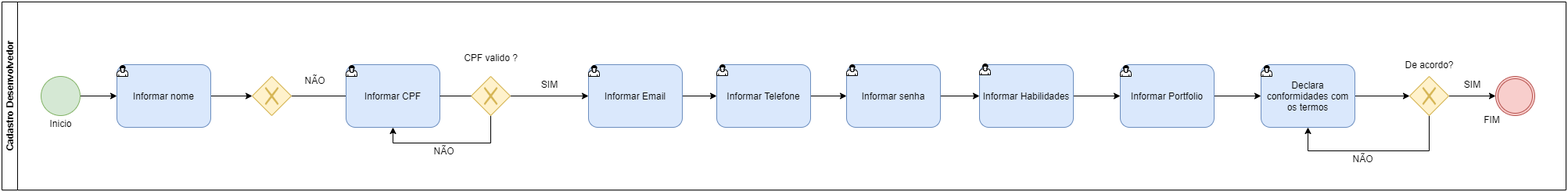
Above: documentacao/imagens/process02.png in ICEI-PUC-Minas-PPLES-TI/plf-es-2021-1-ti2-0940100-DevTask (draw.io), before the change. Source tidied: cells renumbered, new cells last; positions are measured from the earlier drawing's top-left corner, leaving out a move shared by most shapes.
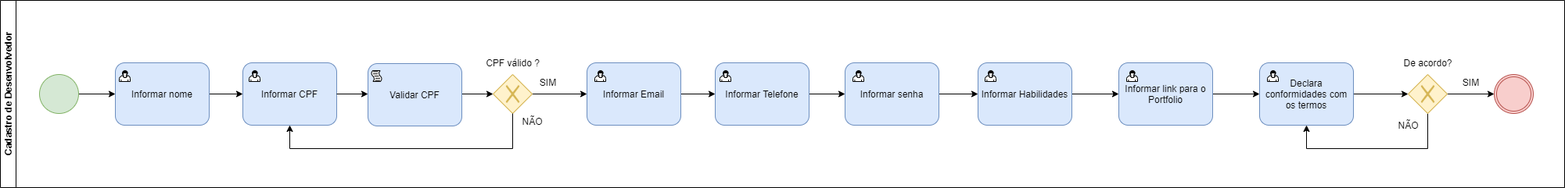
After the change.

Commit message:
att processo 02

What changed in the source:
```diff
@@ -2,38 +2,21 @@
   <root>
     <mxCell id="0" />
     <mxCell id="1" parent="0" />
-    <mxCell id="2" style="edgeStyle=orthogonalEdgeStyle;rounded=0;jettySize=auto;html=1;entryX=0;entryY=0.5;entryDx=0;entryDy=0;" parent="1" edge="1" source="3" target="8">
+    <mxCell id="2" style="edgeStyle=orthogonalEdgeStyle;rounded=0;jettySize=auto;html=1;" parent="1" edge="1" source="3" target="11">
       <mxGeometry relative="1" as="geometry" />
     </mxCell>
     <mxCell id="3" value="Informar nome" style="shape=ext;rounded=1;html=1;whiteSpace=wrap;fillColor=#dae8fc;strokeColor=#6c8ebf;" parent="1" vertex="1">
       <mxGeometry x="147" y="80" width="120" height="80" as="geometry" />
     </mxCell>
-    <mxCell id="4" style="shape=mxgraph.bpmn.user_task;html=1;" parent="1" vertex="1">
-      <mxGeometry x="147" y="81" width="14" height="14" as="geometry" />
-    </mxCell>
     <mxCell id="5" style="edgeStyle=orthogonalEdgeStyle;rounded=0;jettySize=auto;html=1;entryX=0;entryY=0.5;entryDx=0;entryDy=0;" parent="1" edge="1" source="6" target="3">
       <mxGeometry relative="1" as="geometry" />
     </mxCell>
     <mxCell id="6" style="shape=mxgraph.bpmn.shape;html=1;verticalLabelPosition=bottom;labelBackgroundColor=#ffffff;verticalAlign=top;align=center;perimeter=ellipsePerimeter;outlineConnect=0;outline=standard;symbol=general;fillColor=#d5e8d4;strokeColor=#82b366;" parent="1" vertex="1">
       <mxGeometry x="50" y="95" width="50" height="50" as="geometry" />
     </mxCell>
-    <mxCell id="7" style="edgeStyle=orthogonalEdgeStyle;rounded=0;jettySize=auto;html=1;" parent="1" edge="1" source="8">
-      <mxGeometry relative="1" as="geometry">
-        <mxPoint x="550" y="120" as="targetPoint" />
-      </mxGeometry>
-    </mxCell>
-    <mxCell id="8" style="shape=mxgraph.bpmn.shape;html=1;verticalLabelPosition=bottom;labelBackgroundColor=#ffffff;verticalAlign=top;align=center;perimeter=rhombusPerimeter;background=gateway;outlineConnect=0;outline=none;symbol=exclusiveGw;fillColor=#fff2cc;strokeColor=#d6b656;" parent="1" vertex="1">
-      <mxGeometry x="320" y="95" width="50" height="50" as="geometry" />
-    </mxCell>
-    <mxCell id="9" value="NÃO" style="text;html=1;align=center;verticalAlign=middle;strokeColor=none;" parent="1" vertex="1">
-      <mxGeometry x="380" y="90" width="40" height="20" as="geometry" />
-    </mxCell>
     <mxCell id="10" style="edgeStyle=orthogonalEdgeStyle;rounded=0;jettySize=auto;html=1;startArrow=none;entryX=0;entryY=0.5;entryDx=0;entryDy=0;" parent="1" edge="1" source="37" target="13">
       <mxGeometry relative="1" as="geometry" />
     </mxCell>
-    <mxCell id="11" value="Informar CPF" style="shape=ext;rounded=1;html=1;whiteSpace=wrap;fillColor=#dae8fc;strokeColor=#6c8ebf;" parent="1" vertex="1">
-      <mxGeometry x="440" y="80" width="120" height="80" as="geometry" />
-    </mxCell>
     <mxCell id="12" style="edgeStyle=orthogonalEdgeStyle;rounded=0;jettySize=auto;html=1;entryX=0;entryY=0.5;entryDx=0;entryDy=0;" parent="1" edge="1" source="13" target="15">
       <mxGeometry relative="1" as="geometry" />
     </mxCell>
@@ -46,15 +29,9 @@
     <mxCell id="15" value="Informar Telefone" style="shape=ext;rounded=1;html=1;whiteSpace=wrap;fillColor=#dae8fc;strokeColor=#6c8ebf;" parent="1" vertex="1">
       <mxGeometry x="914" y="80" width="120" height="80" as="geometry" />
     </mxCell>
-    <mxCell id="16" value="CPF valido ?" style="text;html=1;align=center;verticalAlign=middle;strokeColor=none;" parent="1" vertex="1">
-      <mxGeometry x="585" y="61" width="80" height="20" as="geometry" />
-    </mxCell>
     <mxCell id="17" value="SIM" style="text;html=1;align=center;verticalAlign=middle;strokeColor=none;" parent="1" vertex="1">
       <mxGeometry x="680" y="95" width="40" height="20" as="geometry" />
     </mxCell>
-    <mxCell id="18" value="NÃO" style="text;html=1;align=center;verticalAlign=middle;strokeColor=none;" parent="1" vertex="1">
-      <mxGeometry x="545" y="180" width="40" height="20" as="geometry" />
-    </mxCell>
     <mxCell id="19" style="edgeStyle=orthogonalEdgeStyle;rounded=0;jettySize=auto;html=1;" parent="1" edge="1" source="20" target="40">
       <mxGeometry relative="1" as="geometry" />
     </mxCell>
@@ -64,7 +41,7 @@
     <mxCell id="21" style="edgeStyle=orthogonalEdgeStyle;rounded=0;jettySize=auto;html=1;entryX=0;entryY=0.5;entryDx=0;entryDy=0;" parent="1" edge="1" source="22" target="43">
       <mxGeometry relative="1" as="geometry" />
     </mxCell>
-    <mxCell id="22" value="Informar Portfolio" style="shape=ext;rounded=1;html=1;whiteSpace=wrap;fillColor=#dae8fc;strokeColor=#6c8ebf;" parent="1" vertex="1">
+    <mxCell id="22" value="Informar link para o Portfolio" style="shape=ext;rounded=1;html=1;whiteSpace=wrap;fillColor=#dae8fc;strokeColor=#6c8ebf;" parent="1" vertex="1">
       <mxGeometry x="1430" y="80" width="120" height="80" as="geometry" />
     </mxCell>
     <mxCell id="23" style="edgeStyle=orthogonalEdgeStyle;rounded=0;jettySize=auto;html=1;entryX=0.5;entryY=1;entryDx=0;entryDy=0;" parent="1" edge="1" source="25" target="43">
@@ -81,50 +58,21 @@
     <mxCell id="25" style="shape=mxgraph.bpmn.shape;html=1;verticalLabelPosition=bottom;labelBackgroundColor=#ffffff;verticalAlign=top;align=center;perimeter=rhombusPerimeter;background=gateway;outlineConnect=0;outline=none;symbol=exclusiveGw;fillColor=#fff2cc;strokeColor=#d6b656;" parent="1" vertex="1">
       <mxGeometry x="1800" y="95" width="50" height="50" as="geometry" />
     </mxCell>
-    <mxCell id="26" value="NÃO" style="text;html=1;align=center;verticalAlign=middle;strokeColor=none;" parent="1" vertex="1">
-      <mxGeometry x="1720" y="190" width="40" height="20" as="geometry" />
-    </mxCell>
     <mxCell id="27" value="De acordo?" style="text;html=1;align=center;verticalAlign=middle;strokeColor=none;" parent="1" vertex="1">
       <mxGeometry x="1785" y="70" width="80" height="20" as="geometry" />
     </mxCell>
     <mxCell id="28" style="shape=mxgraph.bpmn.shape;html=1;verticalLabelPosition=bottom;labelBackgroundColor=#ffffff;verticalAlign=top;align=center;perimeter=ellipsePerimeter;outlineConnect=0;outline=throwing;symbol=general;fillColor=#f8cecc;strokeColor=#b85450;" parent="1" vertex="1">
       <mxGeometry x="1910" y="95" width="50" height="50" as="geometry" />
     </mxCell>
-    <mxCell id="29" value="FIM&lt;br&gt;" style="text;html=1;align=center;verticalAlign=middle;strokeColor=none;" parent="1" vertex="1">
-      <mxGeometry x="1885" y="140" width="40" height="20" as="geometry" />
-    </mxCell>
-    <mxCell id="30" style="shape=mxgraph.bpmn.user_task;html=1;" parent="1" vertex="1">
-      <mxGeometry x="440" y="81" width="14" height="14" as="geometry" />
-    </mxCell>
     <mxCell id="31" style="shape=mxgraph.bpmn.user_task;html=1;" parent="1" vertex="1">
-      <mxGeometry x="750" y="81" width="14" height="14" as="geometry" />
+      <mxGeometry x="760" y="90" width="14" height="14" as="geometry" />
     </mxCell>
     <mxCell id="32" style="shape=mxgraph.bpmn.user_task;html=1;" parent="1" vertex="1">
-      <mxGeometry x="914" y="80" width="14" height="14" as="geometry" />
+      <mxGeometry x="920" y="90" width="14" height="14" as="geometry" />
     </mxCell>
     <mxCell id="33" style="shape=mxgraph.bpmn.user_task;html=1;" parent="1" vertex="1">
-      <mxGeometry x="1080" y="80" width="14" height="14" as="geometry" />
+      <mxGeometry x="1090" y="90" width="14" height="14" as="geometry" />
     </mxCell>
-    <mxCell id="34" style="shape=mxgraph.bpmn.user_task;html=1;" parent="1" vertex="1">
-      <mxGeometry x="1430" y="81" width="14" height="14" as="geometry" />
-    </mxCell>
-    <mxCell id="35" value="Inicio" style="text;html=1;align=center;verticalAlign=middle;strokeColor=none;" parent="1" vertex="1">
-      <mxGeometry x="55" y="145" width="40" height="20" as="geometry" />
-    </mxCell>
-    <mxCell id="36" style="edgeStyle=orthogonalEdgeStyle;rounded=0;jettySize=auto;html=1;entryX=0.5;entryY=1;entryDx=0;entryDy=0;" parent="1" edge="1" source="37" target="11">
-      <mxGeometry relative="1" as="geometry">
-        <Array as="points">
-          <mxPoint x="625" y="180" />
-          <mxPoint x="500" y="180" />
-        </Array>
-      </mxGeometry>
-    </mxCell>
-    <mxCell id="37" style="shape=mxgraph.bpmn.shape;html=1;verticalLabelPosition=bottom;labelBackgroundColor=#ffffff;verticalAlign=top;align=center;perimeter=rhombusPerimeter;background=gateway;outlineConnect=0;outline=none;symbol=exclusiveGw;fillColor=#fff2cc;strokeColor=#d6b656;" parent="1" vertex="1">
-      <mxGeometry x="600" y="95" width="50" height="50" as="geometry" />
-    </mxCell>
-    <mxCell id="38" style="edgeStyle=orthogonalEdgeStyle;rounded=0;jettySize=auto;html=1;endArrow=none;" parent="1" edge="1" source="11" target="37">
-      <mxGeometry relative="1" as="geometry" />
-    </mxCell>
     <mxCell id="39" style="edgeStyle=orthogonalEdgeStyle;rounded=0;jettySize=auto;html=1;entryX=0;entryY=0.5;entryDx=0;entryDy=0;" parent="1" edge="1" source="40" target="22">
       <mxGeometry relative="1" as="geometry" />
     </mxCell>
@@ -132,7 +80,7 @@
       <mxGeometry x="1250" y="80" width="120" height="80" as="geometry" />
     </mxCell>
     <mxCell id="41" style="shape=mxgraph.bpmn.user_task;html=1;" parent="1" vertex="1">
-      <mxGeometry x="1250" y="79" width="14" height="14" as="geometry" />
+      <mxGeometry x="1259" y="90" width="14" height="14" as="geometry" />
     </mxCell>
     <mxCell id="42" style="edgeStyle=orthogonalEdgeStyle;rounded=0;jettySize=auto;html=1;entryX=0;entryY=0.5;entryDx=0;entryDy=0;" parent="1" edge="1" source="43" target="25">
       <mxGeometry relative="1" as="geometry" />
@@ -144,10 +92,64 @@
       <mxGeometry x="1860" y="95" width="40" height="20" as="geometry" />
     </mxCell>
     <mxCell id="45" style="shape=mxgraph.bpmn.user_task;html=1;" parent="1" vertex="1">
-      <mxGeometry x="1610" y="81" width="14" height="14" as="geometry" />
+      <mxGeometry x="1620" y="90" width="14" height="14" as="geometry" />
     </mxCell>
-    <mxCell id="46" value="Cadastro Desenvolvedor&lt;br&gt;" style="swimlane;html=1;horizontal=0;startSize=20;" parent="1" vertex="1">
+    <mxCell id="46" value="Cadastro de Desenvolvedor" style="swimlane;html=1;horizontal=0;startSize=20;" parent="1" vertex="1">
       <mxGeometry width="2000" height="240" as="geometry" />
     </mxCell>
+    <mxCell id="11" value="Informar CPF" style="shape=ext;rounded=1;html=1;whiteSpace=wrap;fillColor=#dae8fc;strokeColor=#6c8ebf;" parent="46" vertex="1">
+      <mxGeometry x="310" y="80" width="120" height="80" as="geometry" />
+    </mxCell>
+    <mxCell id="37" style="shape=mxgraph.bpmn.shape;html=1;verticalLabelPosition=bottom;labelBackgroundColor=#ffffff;verticalAlign=top;align=center;perimeter=rhombusPerimeter;background=gateway;outlineConnect=0;outline=none;symbol=exclusiveGw;fillColor=#fff2cc;strokeColor=#d6b656;" parent="46" vertex="1">
+      <mxGeometry x="630" y="95" width="50" height="50" as="geometry" />
+    </mxCell>
+    <mxCell id="36" style="edgeStyle=orthogonalEdgeStyle;rounded=0;jettySize=auto;html=1;entryX=0.5;entryY=1;entryDx=0;entryDy=0;" parent="46" edge="1" source="37" target="11">
+      <mxGeometry relative="1" as="geometry">
+        <Array as="points">
+          <mxPoint x="655" y="190" />
+          <mxPoint x="370" y="190" />
+        </Array>
+      </mxGeometry>
+    </mxCell>
+    <mxCell id="18" value="NÃO" style="text;html=1;align=center;verticalAlign=middle;strokeColor=none;" parent="46" vertex="1">
+      <mxGeometry x="660" y="145" width="40" height="20" as="geometry" />
+    </mxCell>
+    <mxCell id="47" style="edgeStyle=orthogonalEdgeStyle;rounded=0;jettySize=auto;html=1;exitX=1;exitY=0.5;exitDx=0;exitDy=0;" parent="46" edge="1" source="11" target="49">
+      <mxGeometry relative="1" as="geometry">
+        <Array as="points">
+          <mxPoint x="500" y="120" />
+          <mxPoint x="500" y="120" />
+        </Array>
+      </mxGeometry>
+    </mxCell>
+    <mxCell id="48" style="edgeStyle=orthogonalEdgeStyle;rounded=0;jettySize=auto;html=1;entryX=0;entryY=0.5;entryDx=0;entryDy=0;" parent="46" edge="1" source="49" target="37">
+      <mxGeometry relative="1" as="geometry">
+        <Array as="points">
+          <mxPoint x="620" y="120" />
+          <mxPoint x="620" y="120" />
+        </Array>
+      </mxGeometry>
+    </mxCell>
+    <mxCell id="49" value="Validar CPF" style="shape=ext;rounded=1;html=1;whiteSpace=wrap;fillColor=#dae8fc;strokeColor=#6c8ebf;" parent="46" vertex="1">
+      <mxGeometry x="470" y="81" width="120" height="80" as="geometry" />
+    </mxCell>
+    <mxCell id="16" value="CPF válido ?" style="text;html=1;align=center;verticalAlign=middle;strokeColor=none;" parent="46" vertex="1">
+      <mxGeometry x="615" y="70" width="80" height="20" as="geometry" />
+    </mxCell>
+    <mxCell id="50" style="shape=mxgraph.bpmn.user_task;html=1;" parent="46" vertex="1">
+      <mxGeometry x="318" y="90" width="14" height="14" as="geometry" />
+    </mxCell>
+    <mxCell id="51" style="shape=mxgraph.bpmn.script_task;html=1;" parent="46" vertex="1">
+      <mxGeometry x="474" y="90" width="14" height="14" as="geometry" />
+    </mxCell>
+    <mxCell id="26" value="NÃO" style="text;html=1;align=center;verticalAlign=middle;strokeColor=none;" parent="46" vertex="1">
+      <mxGeometry x="1780" y="150" width="40" height="20" as="geometry" />
+    </mxCell>
+    <mxCell id="52" style="shape=mxgraph.bpmn.user_task;html=1;" parent="1" vertex="1">
+      <mxGeometry x="152" y="90" width="14" height="14" as="geometry" />
+    </mxCell>
+    <mxCell id="53" style="shape=mxgraph.bpmn.user_task;html=1;" parent="1" vertex="1">
+      <mxGeometry x="1440" y="90" width="14" height="14" as="geometry" />
+    </mxCell>
   </root>
 </mxGraphModel>
```
